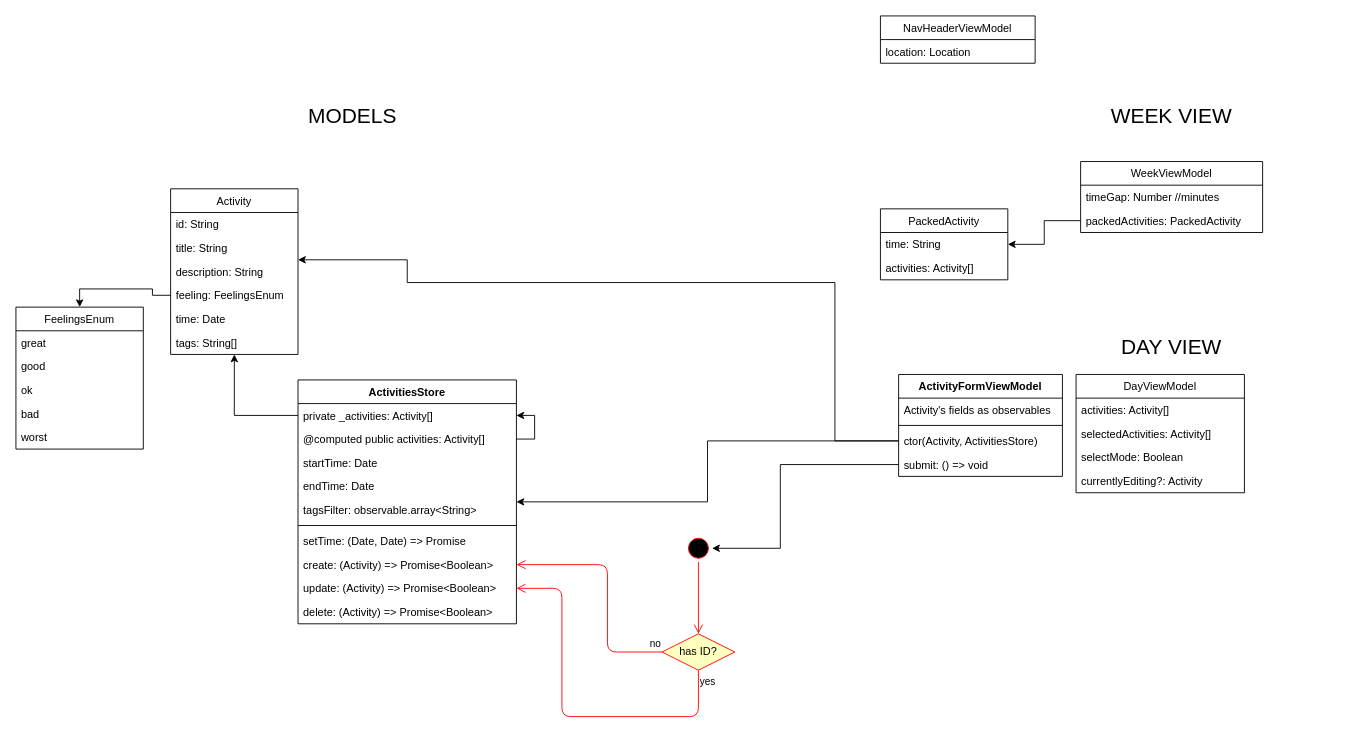
This is Feel Tracker.drawio from Polarts/sentispace, a draw.io file, before an edit. Source tidied: cells renumbered, new cells numbered last; positions are measured from the earlier drawing's top-left corner, leaving out a move shared by most shapes. Both pictures are drawn from the tidied source at 91%, with x=0, y=0 at pixel (15, 15).
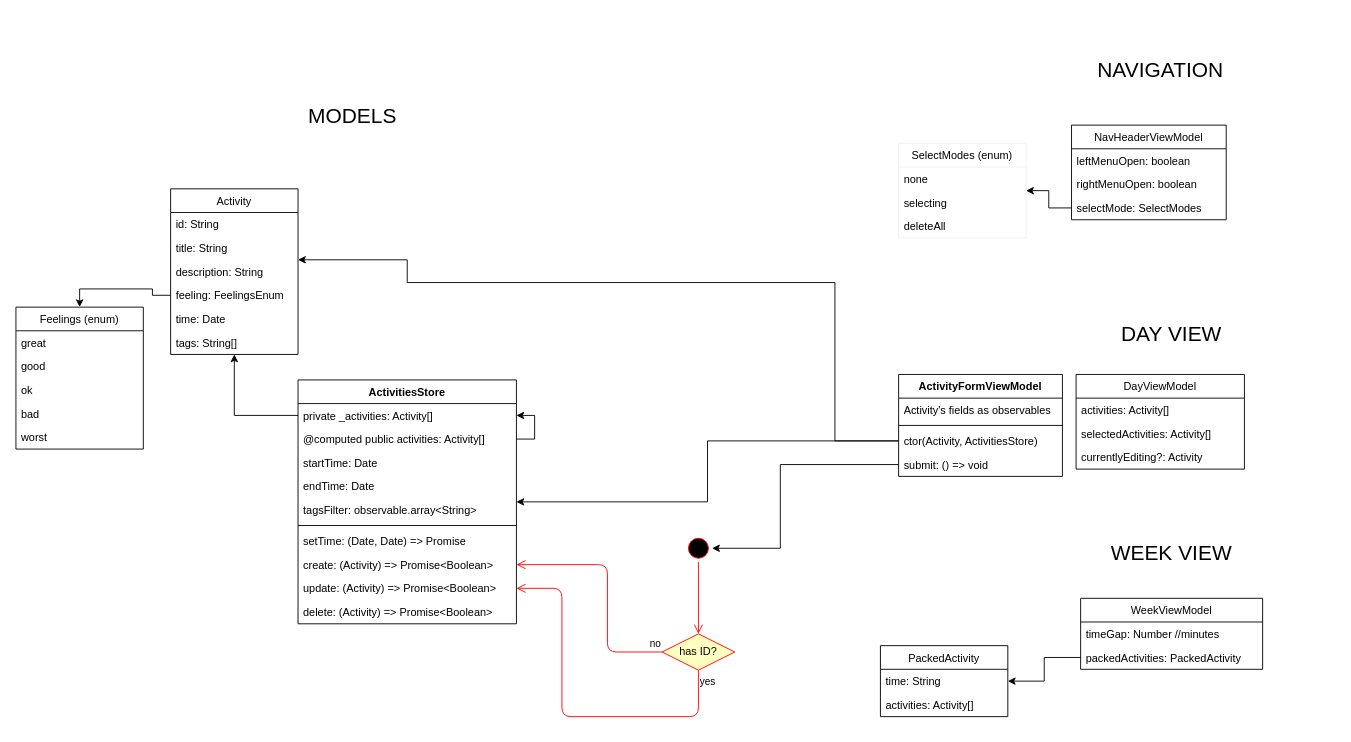
After the change.

The edit, as a diff of the source:
```diff
@@
-    <mxCell id="9" value="FeelingsEnum" style="swimlane;fontStyle=0;horizontal=1;startSize=26;fillColor=none;" parent="1" vertex="1">
+    <mxCell id="9" value="Feelings (enum)" style="swimlane;fontStyle=0;horizontal=1;startSize=26;fillColor=none;" parent="1" vertex="1">
       <mxGeometry y="320" width="140" height="156" as="geometry" />
     </mxCell>
@@
     <mxCell id="43" value="&lt;font style=&quot;font-size: 23px&quot;&gt;WEEK VIEW&lt;/font&gt;" style="text;html=1;strokeColor=none;fillColor=none;align=center;verticalAlign=middle;whiteSpace=wrap;rounded=0;" parent="1" vertex="1">
-      <mxGeometry x="1090" y="80" width="360" height="60" as="geometry" />
+      <mxGeometry x="1090" y="560" width="360" height="60" as="geometry" />
     </mxCell>
     <mxCell id="44" value="WeekViewModel" style="swimlane;fontStyle=0;horizontal=1;startSize=26;fillColor=none;" parent="1" vertex="1">
-      <mxGeometry x="1170" y="160" width="200" height="78" as="geometry" />
+      <mxGeometry x="1170" y="640" width="200" height="78" as="geometry" />
     </mxCell>
@@
     <mxCell id="47" value="PackedActivity" style="swimlane;fontStyle=0;horizontal=1;startSize=26;fillColor=none;" parent="1" vertex="1">
-      <mxGeometry x="950" y="212" width="140" height="78" as="geometry" />
+      <mxGeometry x="950" y="692" width="140" height="78" as="geometry" />
     </mxCell>
@@
     <mxCell id="51" value="&lt;font style=&quot;font-size: 23px&quot;&gt;DAY VIEW&lt;/font&gt;" style="text;html=1;strokeColor=none;fillColor=none;align=center;verticalAlign=middle;whiteSpace=wrap;rounded=0;" parent="1" vertex="1">
-      <mxGeometry x="1090" y="334" width="360" height="60" as="geometry" />
+      <mxGeometry x="1090" y="320" width="360" height="60" as="geometry" />
     </mxCell>
     <mxCell id="52" value="DayViewModel" style="swimlane;fontStyle=0;horizontal=1;startSize=26;fillColor=none;" parent="1" vertex="1">
-      <mxGeometry x="1165" y="394" width="185" height="130" as="geometry" />
+      <mxGeometry x="1165" y="394" width="185" height="104" as="geometry" />
     </mxCell>
@@
-    <mxCell id="55" value="selectMode: Boolean" style="text;strokeColor=none;fillColor=none;align=left;verticalAlign=top;spacingLeft=4;spacingRight=4;overflow=hidden;" parent="52" vertex="1">
-      <mxGeometry y="78" width="185" height="26" as="geometry" />
-    </mxCell>
     <mxCell id="56" value="currentlyEditing?: Activity " style="text;strokeColor=none;fillColor=none;align=left;verticalAlign=top;spacingLeft=4;spacingRight=4;overflow=hidden;" parent="52" vertex="1">
-      <mxGeometry y="104" width="185" height="26" as="geometry" />
+      <mxGeometry y="78" width="185" height="26" as="geometry" />
     </mxCell>
     <mxCell id="57" value="NavHeaderViewModel" style="swimlane;fontStyle=0;horizontal=1;startSize=26;fillColor=none;" parent="1" vertex="1">
-      <mxGeometry x="950" width="170" height="52" as="geometry" />
+      <mxGeometry x="1160" y="120" width="170" height="104" as="geometry" />
     </mxCell>
-    <mxCell id="58" value="location: Location" style="text;strokeColor=none;fillColor=none;align=left;verticalAlign=top;spacingLeft=4;spacingRight=4;overflow=hidden;" parent="57" vertex="1">
-      <mxGeometry y="26" width="170" height="26" as="geometry" />
-    </mxCell>
+    <mxCell id="59" value="leftMenuOpen: boolean" style="text;strokeColor=none;fillColor=none;align=left;verticalAlign=top;spacingLeft=4;spacingRight=4;overflow=hidden;" parent="57" vertex="1">
+      <mxGeometry y="26" width="170" height="26" as="geometry" />
+    </mxCell>
+    <mxCell id="60" value="rightMenuOpen: boolean" style="text;strokeColor=none;fillColor=none;align=left;verticalAlign=top;spacingLeft=4;spacingRight=4;overflow=hidden;" parent="57" vertex="1">
+      <mxGeometry y="52" width="170" height="26" as="geometry" />
+    </mxCell>
+    <mxCell id="61" value="selectMode: SelectModes" style="text;fillColor=none;align=left;verticalAlign=top;spacingLeft=4;spacingRight=4;overflow=hidden;points=[[0,0.5],[1,0.5]];portConstraint=eastwest;" parent="57" vertex="1">
+      <mxGeometry y="78" width="170" height="26" as="geometry" />
+    </mxCell>
+    <mxCell id="62" value="SelectModes (enum)" style="swimlane;fontStyle=0;horizontal=1;startSize=26;fillColor=none;strokeColor=#f0f0f0;" parent="1" vertex="1">
+      <mxGeometry x="970" y="140" width="140" height="104" as="geometry" />
+    </mxCell>
+    <mxCell id="63" value="none" style="text;strokeColor=none;fillColor=none;align=left;verticalAlign=top;spacingLeft=4;spacingRight=4;overflow=hidden;" parent="62" vertex="1">
+      <mxGeometry y="26" width="140" height="26" as="geometry" />
+    </mxCell>
+    <mxCell id="64" value="selecting" style="text;strokeColor=none;fillColor=none;align=left;verticalAlign=top;spacingLeft=4;spacingRight=4;overflow=hidden;" parent="62" vertex="1">
+      <mxGeometry y="52" width="140" height="26" as="geometry" />
+    </mxCell>
+    <mxCell id="65" value="deleteAll" style="text;strokeColor=none;fillColor=none;align=left;verticalAlign=top;spacingLeft=4;spacingRight=4;overflow=hidden;" parent="62" vertex="1">
+      <mxGeometry y="78" width="140" height="26" as="geometry" />
+    </mxCell>
+    <mxCell id="66" style="edgeStyle=orthogonalEdgeStyle;rounded=0;jettySize=auto;html=1;" parent="1" edge="1" source="61" target="62">
+      <mxGeometry relative="1" as="geometry" />
+    </mxCell>
+    <mxCell id="67" value="&lt;font style=&quot;font-size: 23px&quot;&gt;NAVIGATION&lt;/font&gt;" style="text;html=1;strokeColor=none;fillColor=none;align=center;verticalAlign=middle;whiteSpace=wrap;rounded=0;" parent="1" vertex="1">
+      <mxGeometry x="1077.5" y="30" width="360" height="60" as="geometry" />
+    </mxCell>
```
